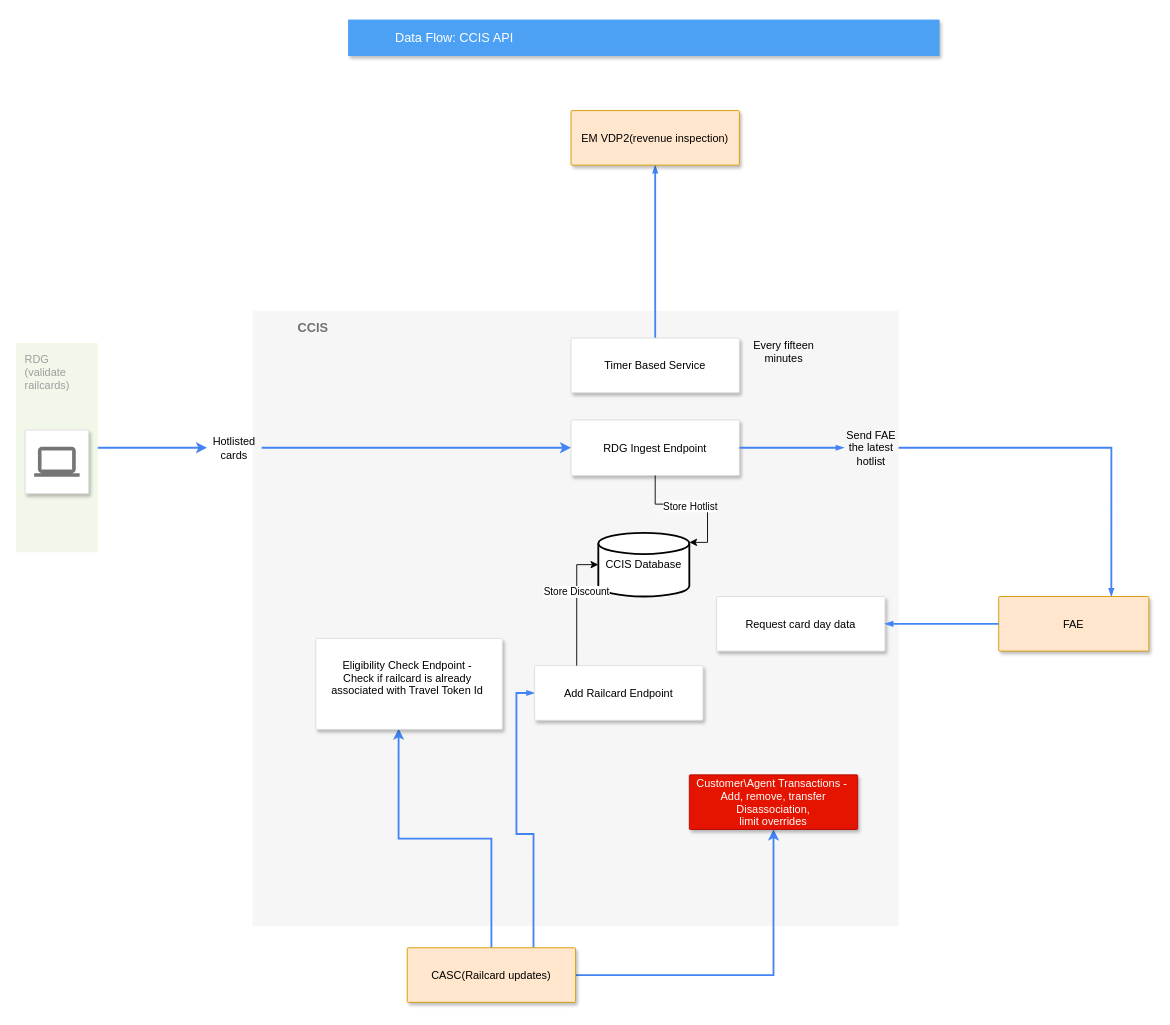
Earlier version of the draw.io diagram CCIS-API.drawio (mattwatts36/drawings). Source tidied: cells renumbered, new cells numbered last; positions are measured from the earlier drawing's top-left corner, leaving out a move shared by most shapes. Both pictures are drawn from the tidied source at 91%, with x=0, y=0 at pixel (15, 19).
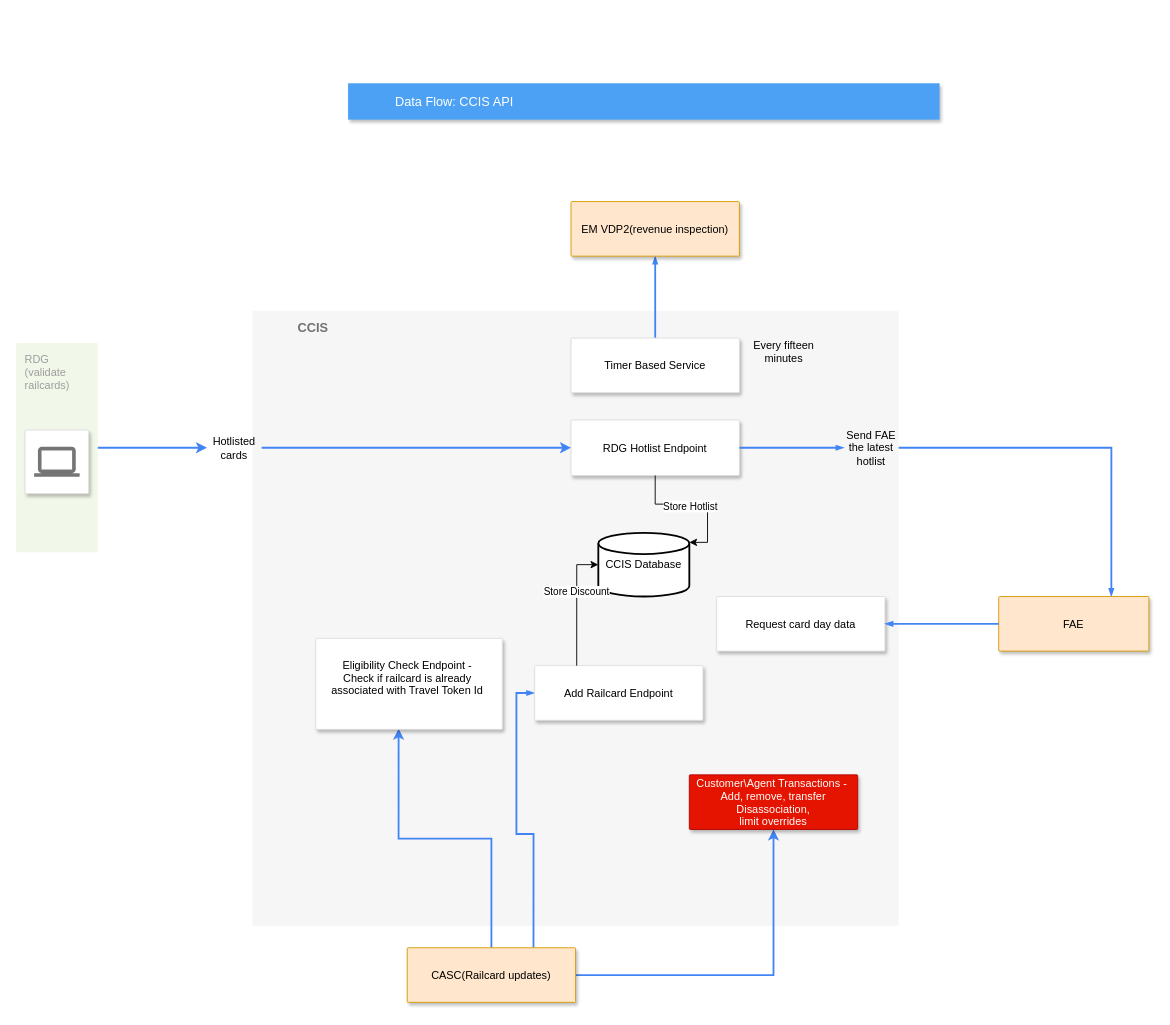
The same page after the edit.

Change to the diagram source:
```diff
@@
     <mxCell id="3" value="Data Flow: CCIS API" style="fillColor=#4DA1F5;strokeColor=none;shadow=1;gradientColor=none;fontSize=14;align=left;spacingLeft=50;fontColor=#ffffff;html=1;" parent="1" vertex="1">
-      <mxGeometry x="365" width="650" height="40" as="geometry" />
+      <mxGeometry x="365" y="70" width="650" height="40" as="geometry" />
     </mxCell>
@@
-    <mxCell id="6" value="RDG Ingest Endpoint" style="strokeColor=#dddddd;shadow=1;strokeWidth=1;rounded=1;absoluteArcSize=1;arcSize=2;" parent="1" vertex="1">
+    <mxCell id="6" value="RDG Hotlist Endpoint" style="strokeColor=#dddddd;shadow=1;strokeWidth=1;rounded=1;absoluteArcSize=1;arcSize=2;" parent="1" vertex="1">
       <mxGeometry x="610" y="440" width="185" height="61" as="geometry" />
     </mxCell>
     <mxCell id="7" value="EM VDP2(revenue inspection)" style="strokeColor=#d79b00;shadow=1;strokeWidth=1;rounded=1;absoluteArcSize=1;arcSize=2;fillColor=#ffe6cc;" parent="1" vertex="1">
-      <mxGeometry x="610" y="100" width="185" height="60" as="geometry" />
+      <mxGeometry x="610" y="200" width="185" height="60" as="geometry" />
     </mxCell>
```
